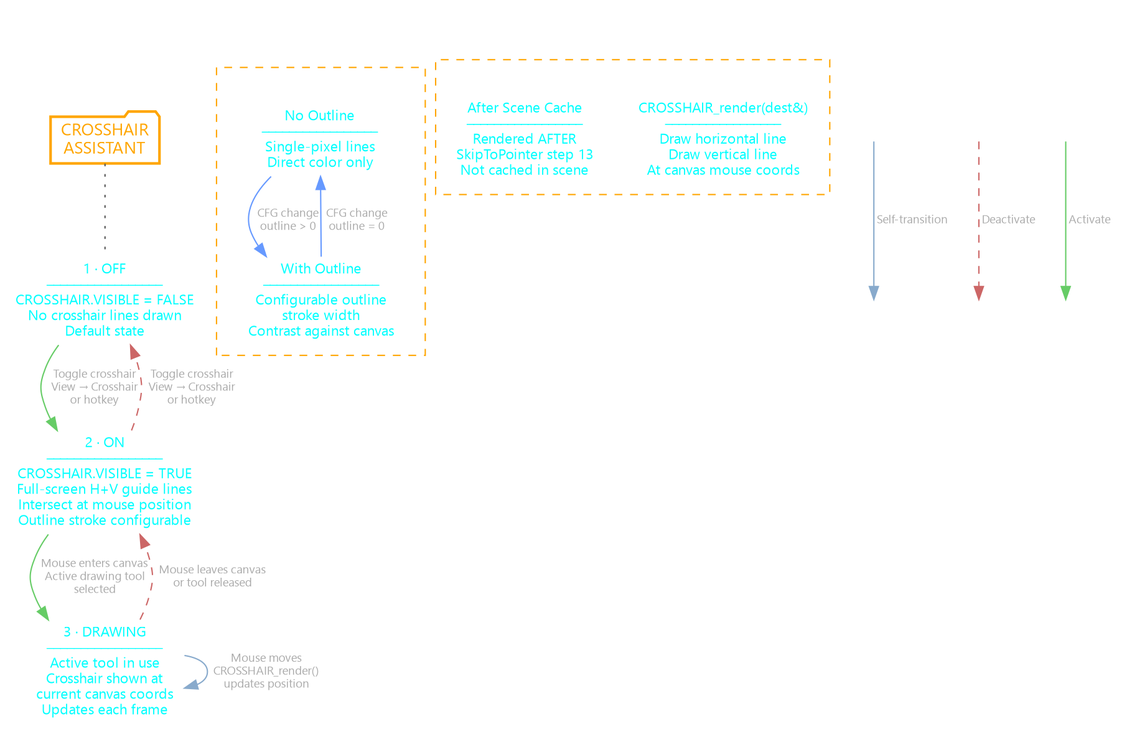
Earlier version of the Graphviz export PLANS/diagrams/UTILITIES/CROSSHAIR-STATES.png (grymmjack/DRAW). Its source is kept beside it as PLANS/diagrams/UTILITIES/CROSSHAIR-STATES.DOT.
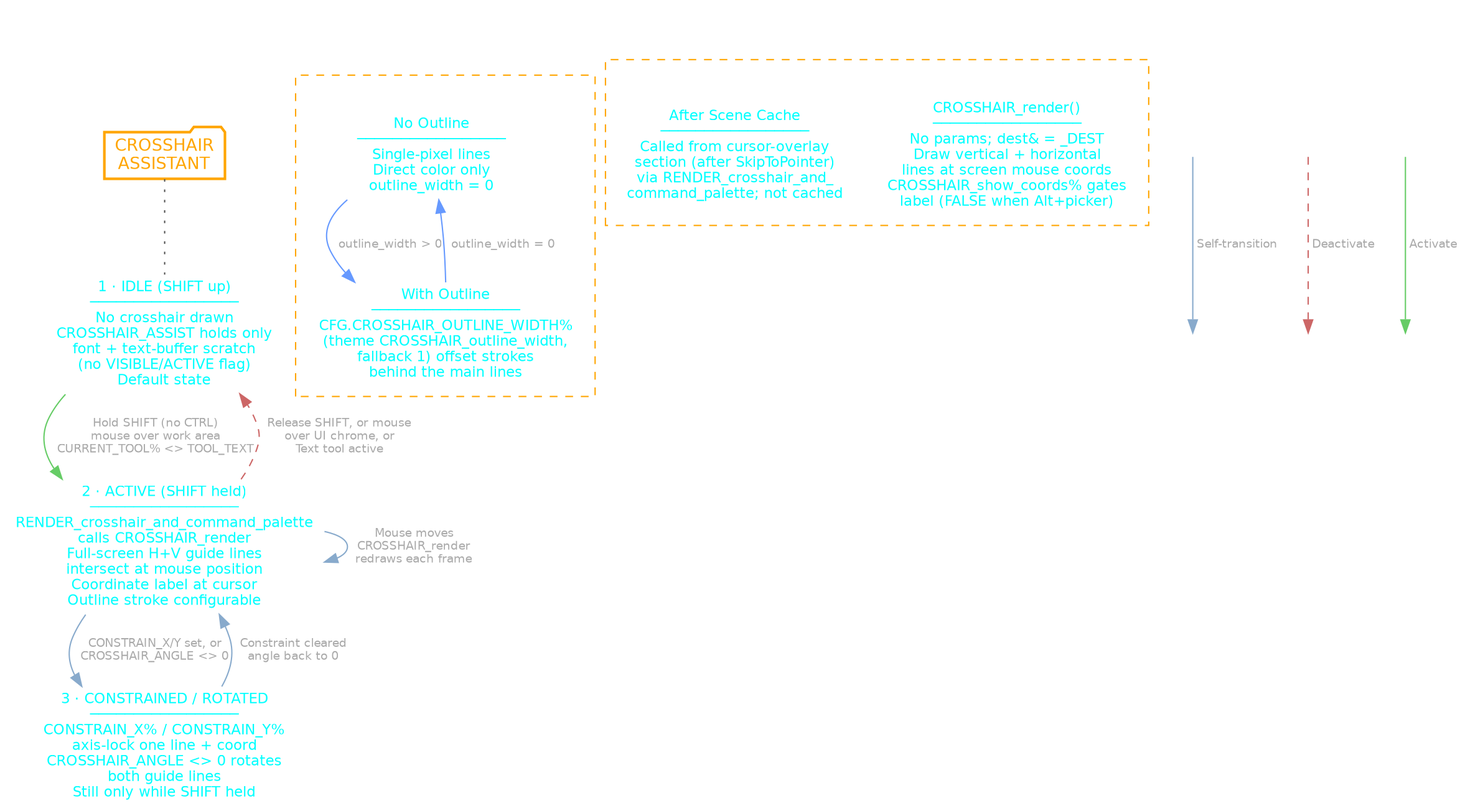
Above is the later version.

Change to the diagram source:
```diff
@@ -17,15 +17,15 @@
         MAIN [label="CROSSHAIR\nASSISTANT"];
     }
 
-    S_OFF [label="1 · OFF\n─────────────────\nCROSSHAIR.VISIBLE = FALSE\nNo crosshair lines drawn\nDefault state"];
-    S_ON [label="2 · ON\n─────────────────\nCROSSHAIR.VISIBLE = TRUE\nFull-screen H+V guide lines\nIntersect at mouse position\nOutline stroke configurable"];
-    S_DRAWING [label="3 · DRAWING\n─────────────────\nActive tool in use\nCrosshair shown at\ncurrent canvas coords\nUpdates each frame"];
+    S_OFF [label="1 · IDLE (SHIFT up)\n─────────────────\nNo crosshair drawn\nCROSSHAIR_ASSIST holds only\nfont + text-buffer scratch\n(no VISIBLE/ACTIVE flag)\nDefault state"];
+    S_ON [label="2 · ACTIVE (SHIFT held)\n─────────────────\nRENDER_crosshair_and_command_palette\ncalls CROSSHAIR_render\nFull-screen H+V guide lines\nintersect at mouse position\nCoordinate label at cursor\nOutline stroke configurable"];
+    S_DRAWING [label="3 · CONSTRAINED / ROTATED\n─────────────────\nCONSTRAIN_X% / CONSTRAIN_Y%\naxis-lock one line + coord\nCROSSHAIR_ANGLE <> 0 rotates\nboth guide lines\nStill only while SHIFT held"];
 
-    S_OFF -> S_ON [label="  Toggle crosshair\n  View → Crosshair\n  or hotkey" color="#66cc66"];
-    S_ON -> S_OFF [label="  Toggle crosshair\n  View → Crosshair\n  or hotkey" color="#cc6666" style=dashed];
-    S_ON -> S_DRAWING [label="  Mouse enters canvas\n  Active drawing tool\n  selected" color="#66cc66"];
-    S_DRAWING -> S_ON [label="  Mouse leaves canvas\n  or tool released" color="#cc6666" style=dashed];
-    S_DRAWING -> S_DRAWING [label="  Mouse moves\n  CROSSHAIR_render()\n  updates position" color="#88aacc"];
+    S_OFF -> S_ON [label="  Hold SHIFT (no CTRL)\n  mouse over work area\n  CURRENT_TOOL% <> TOOL_TEXT" color="#66cc66"];
+    S_ON -> S_OFF [label="  Release SHIFT, or mouse\n  over UI chrome, or\n  Text tool active" color="#cc6666" style=dashed];
+    S_ON -> S_DRAWING [label="  CONSTRAIN_X/Y set, or\n  CROSSHAIR_ANGLE <> 0" color="#88aacc"];
+    S_DRAWING -> S_ON [label="  Constraint cleared\n  angle back to 0" color="#88aacc"];
+    S_ON -> S_ON [label="  Mouse moves\n  CROSSHAIR_render\n  redraws each frame" color="#88aacc"];
 
     MAIN -> S_OFF [arrowhead=none color="#555555" style=dotted];
     { rank=min; MAIN }
@@ -35,11 +35,11 @@
         fontcolor=white fontsize=11.0 fontname="Cascadia Code PL"
         color=orange style=dashed penwidth=1
 
-        O_NONE [label="No Outline\n─────────────────\nSingle-pixel lines\nDirect color only"];
-        O_STROKE [label="With Outline\n─────────────────\nConfigurable outline\nstroke width\nContrast against canvas"];
+        O_NONE [label="No Outline\n─────────────────\nSingle-pixel lines\nDirect color only\noutline_width = 0"];
+        O_STROKE [label="With Outline\n─────────────────\nCFG.CROSSHAIR_OUTLINE_WIDTH%\n(theme CROSSHAIR_outline_width,\nfallback 1) offset strokes\nbehind the main lines"];
 
-        O_NONE -> O_STROKE [label="  CFG change\n  outline > 0" color="#6699ff"];
-        O_STROKE -> O_NONE [label="  CFG change\n  outline = 0" color="#6699ff"];
+        O_NONE -> O_STROKE [label="  outline_width > 0" color="#6699ff"];
+        O_STROKE -> O_NONE [label="  outline_width = 0" color="#6699ff"];
     }
 
     subgraph cluster_rendering {
@@ -47,8 +47,8 @@
         fontcolor=white fontsize=11.0 fontname="Cascadia Code PL"
         color=orange style=dashed penwidth=1
 
-        R1 [label="CROSSHAIR_render(dest&)\n─────────────────\nDraw horizontal line\nDraw vertical line\nAt canvas mouse coords"];
-        R2 [label="After Scene Cache\n─────────────────\nRendered AFTER\nSkipToPointer step 13\nNot cached in scene"];
+        R1 [label="CROSSHAIR_render()\n─────────────────\nNo params; dest& = _DEST\nDraw vertical + horizontal\nlines at screen mouse coords\nCROSSHAIR_show_coords% gates\nlabel (FALSE when Alt+picker)"];
+        R2 [label="After Scene Cache\n─────────────────\nCalled from cursor-overlay\nsection (after SkipToPointer)\nvia RENDER_crosshair_and_\ncommand_palette; not cached"];
     }
 
     subgraph cluster_legend {
```
